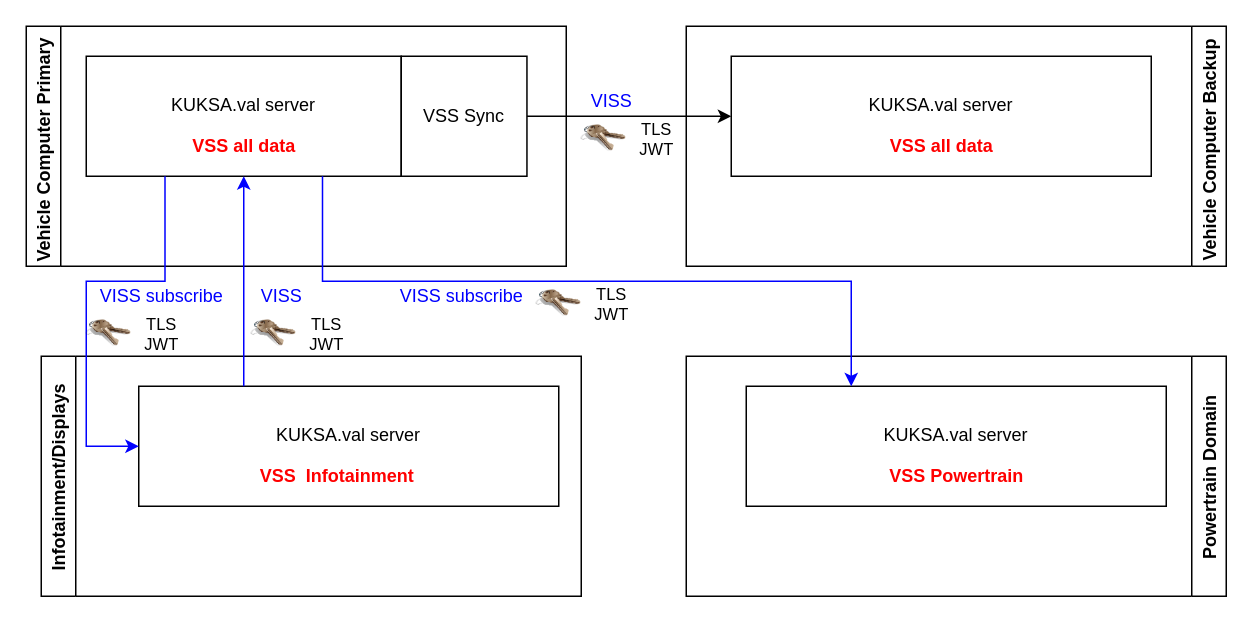
Above: KUKSA.val deployment.drawio in SebastianSchildt/drawioplaygorund (draw.io), before the change. Source tidied: cells renumbered, new cells numbered last; positions are measured from the earlier drawing's top-left corner, leaving out a move shared by most shapes. Both pictures are drawn from the tidied source at 150%, with x=0, y=0 at pixel (26, 26).
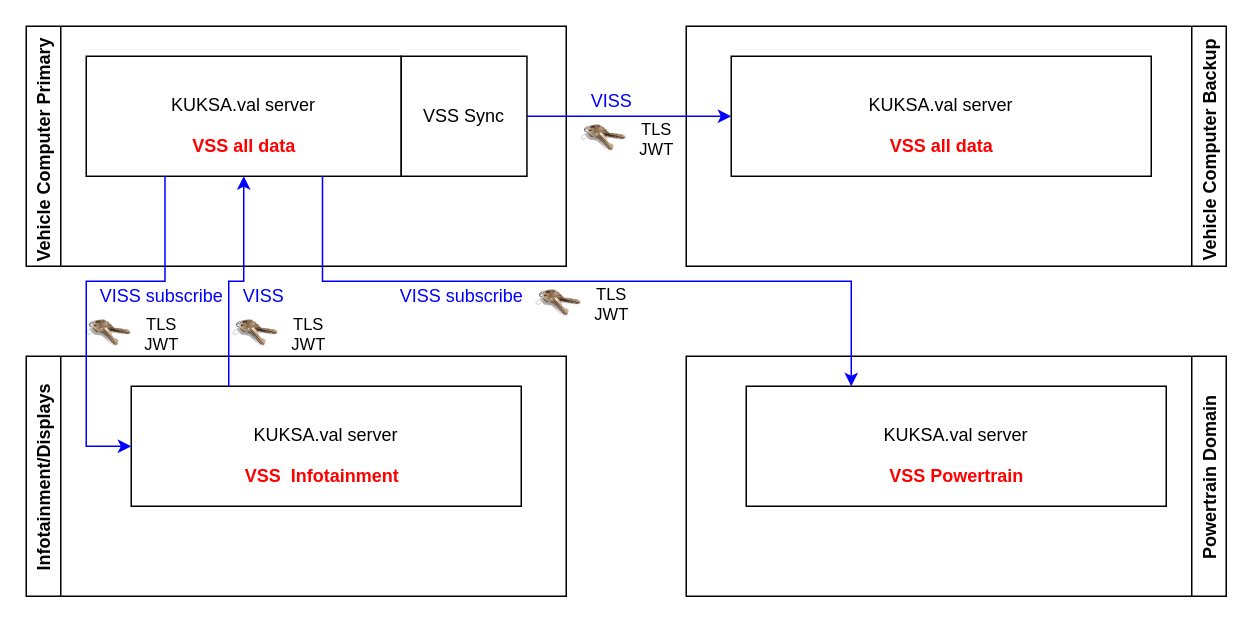
The same diagram, later.

The change refers to these unchanged cells:
```xml
<mxCell id="3" value="&lt;font color=&quot;#000000&quot;&gt;KUKSA.val server&lt;br&gt;&lt;br&gt;&lt;/font&gt;" style="rounded=0;whiteSpace=wrap;html=1;fontColor=#FF0000;" parent="2" vertex="1">
  <mxGeometry x="30" y="20" width="280" height="80" as="geometry" />
</mxCell>
<mxCell id="20" value="&lt;font color=&quot;#000000&quot;&gt;VSS Sync&lt;br&gt;&lt;/font&gt;" style="rounded=0;whiteSpace=wrap;html=1;fontColor=#FF0000;" parent="19" vertex="1">
  <mxGeometry width="83.8" height="80" as="geometry" />
</mxCell>
```

What changed in the source:
```diff
@@
-    <mxCell id="21" style="edgeStyle=orthogonalEdgeStyle;rounded=0;jettySize=auto;html=1;exitX=1;exitY=0.5;exitDx=0;exitDy=0;" parent="1" edge="1" source="20" target="3">
+    <mxCell id="21" style="edgeStyle=orthogonalEdgeStyle;rounded=0;jettySize=auto;html=1;exitX=1;exitY=0.5;exitDx=0;exitDy=0;strokeColor=#0000FF;" parent="1" edge="1" source="20" target="3">
       <mxGeometry relative="1" as="geometry" />
     </mxCell>
@@
     <mxCell id="23" value="Infotainment/Displays" style="swimlane;horizontal=0;direction=east;" parent="1" vertex="1">
-      <mxGeometry x="10" y="220" width="360" height="160" as="geometry" />
+      <mxGeometry y="220" width="360" height="160" as="geometry" />
     </mxCell>
     <mxCell id="24" value="&lt;font color=&quot;#000000&quot;&gt;KUKSA.val server&lt;br&gt;&lt;br&gt;&lt;/font&gt;" style="rounded=0;whiteSpace=wrap;html=1;fontColor=#FF0000;" parent="23" vertex="1">
-      <mxGeometry x="65" y="20" width="280" height="80" as="geometry" />
+      <mxGeometry x="70" y="20" width="260" height="80" as="geometry" />
     </mxCell>
@@
     <mxCell id="33" style="group;" parent="1" vertex="1">
-      <mxGeometry x="150" y="190" width="70" height="30" as="geometry" />
+      <mxGeometry x="138" y="190" width="70" height="30" as="geometry" />
     </mxCell>
@@
     <mxCell id="36" value="&lt;font color=&quot;#0000ff&quot;&gt;VISS&lt;/font&gt;" style="text;html=1;align=center;verticalAlign=middle;strokeColor=none;fillColor=none;" parent="1" vertex="1">
-      <mxGeometry x="150" y="170" width="40" height="20" as="geometry" />
+      <mxGeometry x="138" y="170" width="40" height="20" as="geometry" />
     </mxCell>
```
